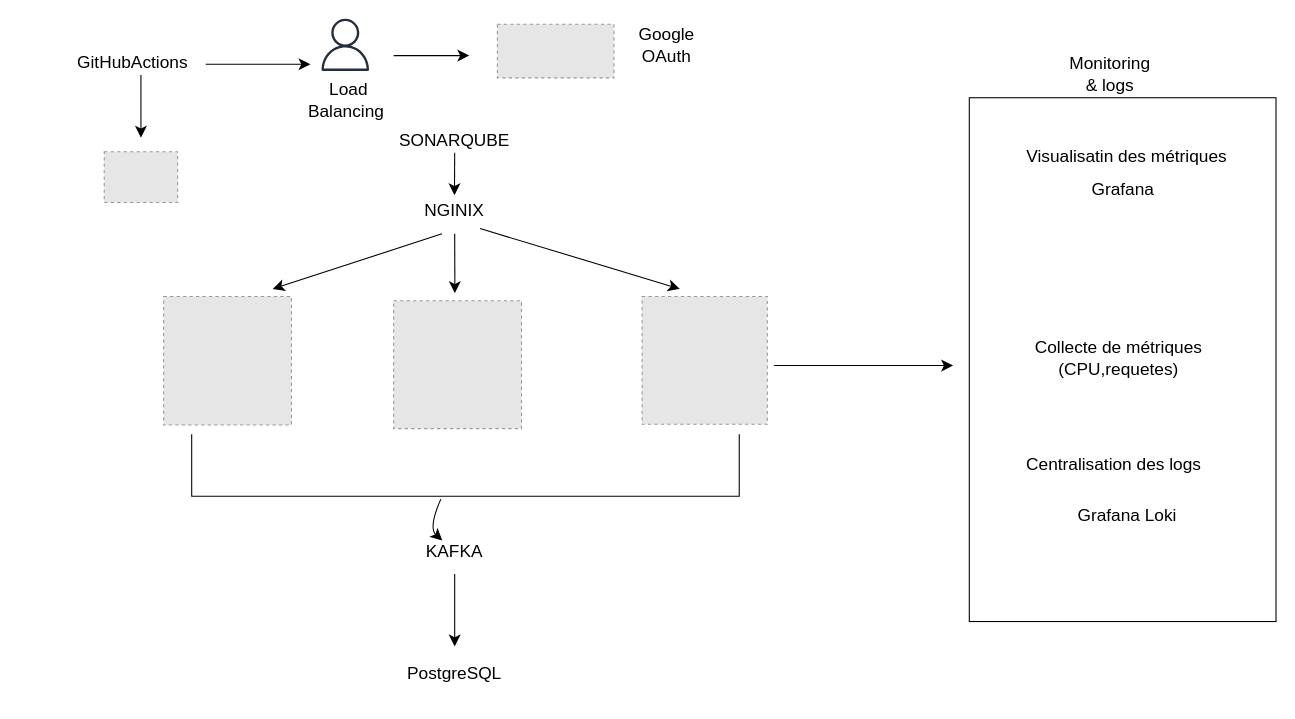
Above: architecture-technique.drawio in Abirchouchene/Mini-Projet-DevOps-Tools (draw.io), before the change. Source tidied: cells renumbered, new cells numbered last; positions are measured from the earlier drawing's top-left corner, leaving out a move shared by most shapes. Both pictures are drawn from the tidied source at 108%, with x=0, y=0 at pixel (104, 18). Pictures stored in the file or linked from it are replaced by grey dashed boxes.
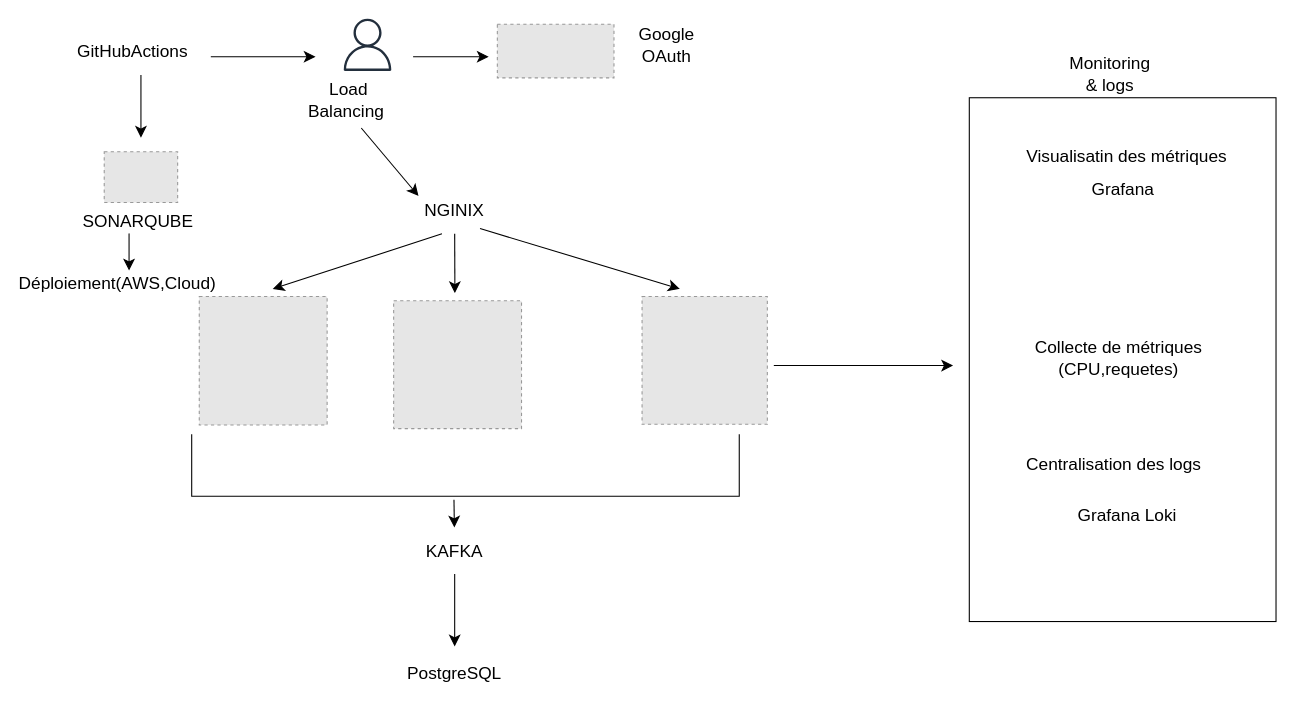
The same page after the edit.

Commit message:
Mettre à jour architecture-technique.drawio

Unchanged cells that the change refers to:
```xml
<mxCell id="17" value="&lt;div&gt;KAFKA&lt;/div&gt;" style="text;strokeColor=none;fillColor=none;html=1;align=center;verticalAlign=middle;whiteSpace=wrap;rounded=0;fontSize=16;" parent="1" vertex="1">
  <mxGeometry x="301" y="471" width="47" height="43" as="geometry" />
</mxCell>
<mxCell id="20" style="shape=partialRectangle;whiteSpace=wrap;html=1;bottom=1;right=1;left=1;top=0;fillColor=none;routingCenterX=-0.5;" parent="1" vertex="1">
  <mxGeometry x="81" y="385" width="507" height="57" as="geometry" />
</mxCell>
```

The edit, as a diff of the source:
```diff
@@
     <mxCell id="4" style="sketch=0;fontColor=#232F3E;gradientColor=none;fillColor=#232F3D;strokeColor=none;dashed=0;verticalLabelPosition=bottom;verticalAlign=top;align=center;html=1;fontSize=12;fontStyle=0;shape=mxgraph.aws4.user;" parent="1" vertex="1">
-      <mxGeometry x="199" y="-0.2" width="48.4" height="48.4" as="geometry" />
+      <mxGeometry x="219.6" y="-0.2" width="48.4" height="48.4" as="geometry" />
     </mxCell>
@@
     <mxCell id="6" style="endArrow=classic;html=1;rounded=0;fontSize=12;startSize=8;endSize=8;curved=1;" parent="1" edge="1">
       <mxGeometry relative="1" as="geometry">
-        <mxPoint x="268" y="34" as="sourcePoint" />
-        <mxPoint x="338" y="34" as="targetPoint" />
+        <mxPoint x="286" y="35" as="sourcePoint" />
+        <mxPoint x="356" y="35" as="targetPoint" />
       </mxGeometry>
     </mxCell>
     <mxCell id="7" style="fillColor=#E6E6E6;strokeColor=#999999;dashed=1;verticalLabelPosition=bottom;labelBackgroundColor=default;verticalAlign=top;" parent="1" vertex="1">
-      <mxGeometry x="55" y="257" width="118.4" height="119" as="geometry" />
+      <mxGeometry x="88" y="257" width="118.4" height="119" as="geometry" />
     </mxCell>
@@
-    <mxCell id="14" style="edgeStyle=none;curved=1;rounded=0;jettySize=auto;html=1;exitX=0.5;exitY=1;exitDx=0;exitDy=0;fontSize=12;startSize=8;endSize=8;" parent="1" edge="1" source="15">
-      <mxGeometry relative="1" as="geometry">
-        <mxPoint x="324.3" y="163.2" as="targetPoint" />
-      </mxGeometry>
-    </mxCell>
-    <mxCell id="15" value="&lt;div&gt;SONARQUBE&lt;/div&gt;" style="text;strokeColor=none;fillColor=none;html=1;align=center;verticalAlign=middle;whiteSpace=wrap;rounded=0;fontSize=16;" parent="1" vertex="1">
-      <mxGeometry x="301" y="100" width="47" height="24" as="geometry" />
-    </mxCell>
@@
     <mxCell id="19" value="GitHubActions" style="text;strokeColor=none;fillColor=none;html=1;align=center;verticalAlign=middle;whiteSpace=wrap;rounded=0;fontSize=16;" parent="1" vertex="1">
-      <mxGeometry x="3" y="28" width="47" height="24" as="geometry" />
+      <mxGeometry x="3" y="17.8" width="47" height="24" as="geometry" />
     </mxCell>
@@
-    <mxCell id="21" style="endArrow=classic;html=1;rounded=0;fontSize=12;startSize=8;endSize=8;curved=1;exitX=0.455;exitY=1.047;exitDx=0;exitDy=0;exitPerimeter=0;" parent="1" edge="1" source="20">
-      <mxGeometry relative="1" as="geometry">
-        <mxPoint x="313" y="483" as="targetPoint" />
-        <Array as="points">
-          <mxPoint x="300" y="471" />
-        </Array>
-      </mxGeometry>
-    </mxCell>
@@
     <mxCell id="32" style="endArrow=classic;html=1;rounded=0;fontSize=12;startSize=8;endSize=8;curved=1;" parent="1" edge="1">
       <mxGeometry relative="1" as="geometry">
-        <mxPoint x="94" y="42" as="sourcePoint" />
-        <mxPoint x="191" y="42" as="targetPoint" />
+        <mxPoint x="98.7" y="35" as="sourcePoint" />
+        <mxPoint x="195.7" y="35" as="targetPoint" />
       </mxGeometry>
     </mxCell>
+    <mxCell id="33" style="endArrow=classic;html=1;rounded=0;fontSize=12;startSize=8;endSize=8;curved=1;" parent="1" edge="1">
+      <mxGeometry relative="1" as="geometry">
+        <mxPoint x="238" y="101" as="sourcePoint" />
+        <mxPoint x="291" y="164" as="targetPoint" />
+      </mxGeometry>
+    </mxCell>
+    <mxCell id="15" value="&lt;div&gt;SONARQUBE&lt;/div&gt;" style="text;strokeColor=none;fillColor=none;html=1;align=center;verticalAlign=middle;whiteSpace=wrap;rounded=0;fontSize=16;" parent="1" vertex="1">
+      <mxGeometry x="8" y="175" width="47" height="24" as="geometry" />
+    </mxCell>
+    <mxCell id="34" value="&lt;div&gt;Déploiement(AWS,Cloud)&lt;/div&gt;" style="text;strokeColor=none;fillColor=none;html=1;align=center;verticalAlign=middle;whiteSpace=wrap;rounded=0;fontSize=16;" parent="1" vertex="1">
+      <mxGeometry x="-11" y="233" width="47" height="24" as="geometry" />
+    </mxCell>
+    <mxCell id="35" style="endArrow=classic;html=1;rounded=0;fontSize=12;startSize=8;endSize=8;curved=1;" parent="1" edge="1">
+      <mxGeometry relative="1" as="geometry">
+        <mxPoint x="23" y="214" as="sourcePoint" />
+        <mxPoint x="23" y="233" as="targetPoint" />
+        <Array as="points">
+          <mxPoint x="23" y="179" />
+        </Array>
+      </mxGeometry>
+    </mxCell>
+    <mxCell id="36" style="endArrow=classic;html=1;rounded=0;fontSize=12;startSize=8;endSize=8;curved=1;exitX=0.479;exitY=1.058;exitDx=0;exitDy=0;exitPerimeter=0;" parent="1" edge="1" source="20" target="17">
+      <mxGeometry relative="1" as="geometry" />
+    </mxCell>
```
